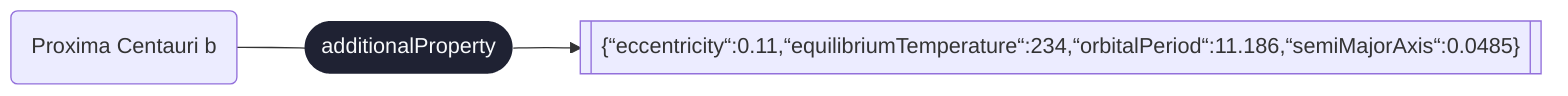
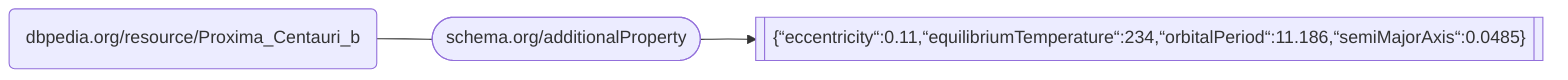
graph LR
-   http___dbpedia_org_resource_Proxima_Centauri_b("Proxima Centauri b")
+   http___dbpedia_org_resource_Proxima_Centauri_b("dbpedia.org/resource/Proxima_Centauri_b")
  click http___dbpedia_org_resource_Proxima_Centauri_b "http://dbpedia.org/resource/Proxima_Centauri_b"
  Literal_0ed26ad5b509[["{“eccentricity“:0.11,“equilibriumTemperature“:234,“orbitalPeriod“:11.186,“semiMajorAxis“:0.0485}"]]
-   http___dbpedia_org_resource_Proxima_Centauri_b --- Edge_8070d2b95411(["additionalProperty"])--> Literal_0ed26ad5b509
+   http___dbpedia_org_resource_Proxima_Centauri_b --- Edge_8070d2b95411(["schema.org/additionalProperty"])--> Literal_0ed26ad5b509
  click Edge_8070d2b95411 "https://schema.org/additionalProperty"
  classDef predicate fill:#1f2233,stroke:transparent,color:#f8fafc,stroke-width:0px;
  classDef hidden fill:transparent,stroke:transparent,color:transparent,stroke-width:0px;
  classDef nanopubdot fill:#0f172a,stroke:#0f172a,color:transparent,stroke-width:2px;
  classDef transparent fill:transparent,stroke:transparent,color:transparent,stroke-width:0px;
-   class Edge_8070d2b95411 predicate
+ 
